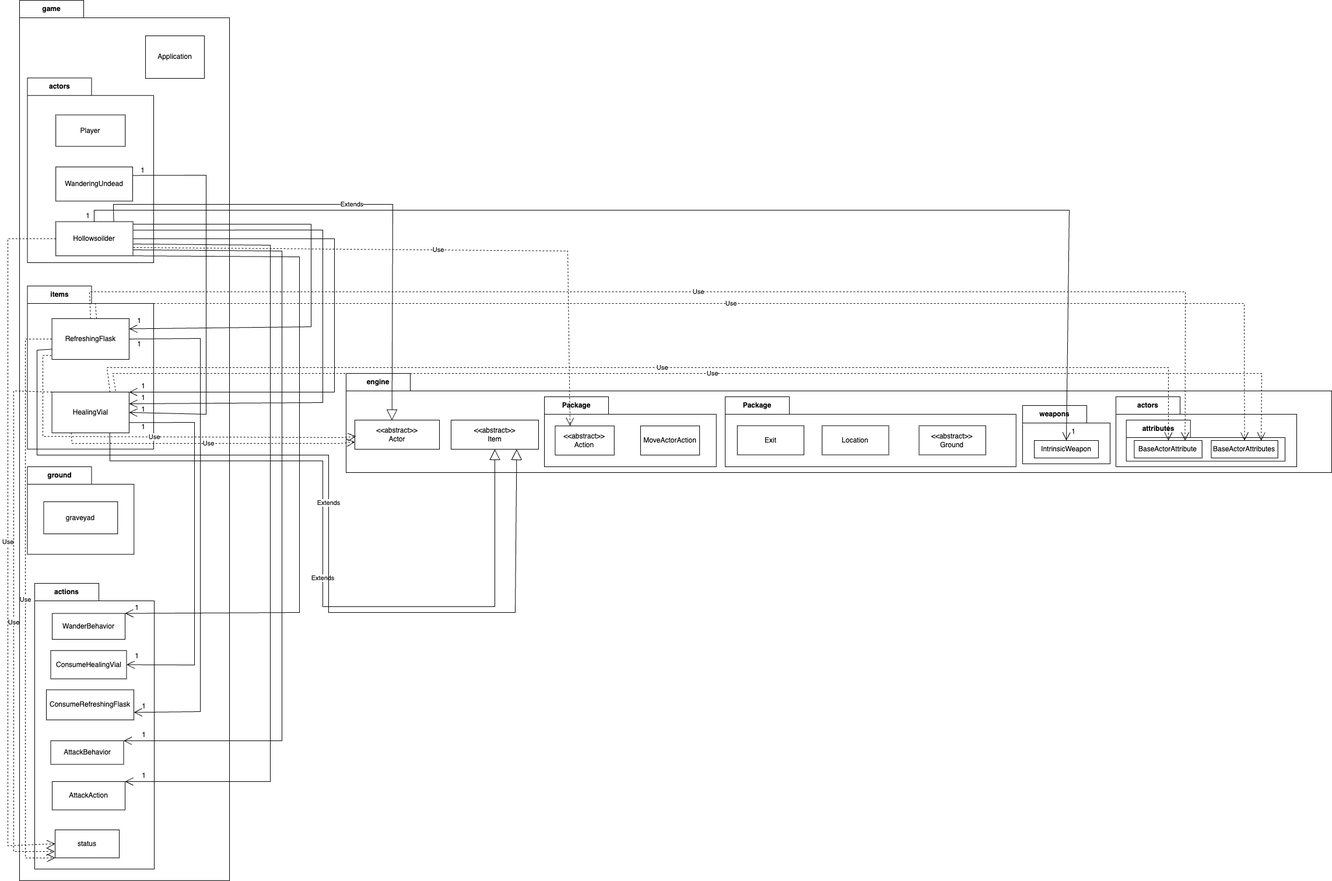
Before: docs/design/A1_REQ5.drawio.png, a diagram exported from draw.io (sheharahewawasam/FIT2099-A1-supplementary). Source tidied: cells renumbered, new cells last; positions are measured from the earlier drawing's top-left corner, leaving out a move shared by most shapes.
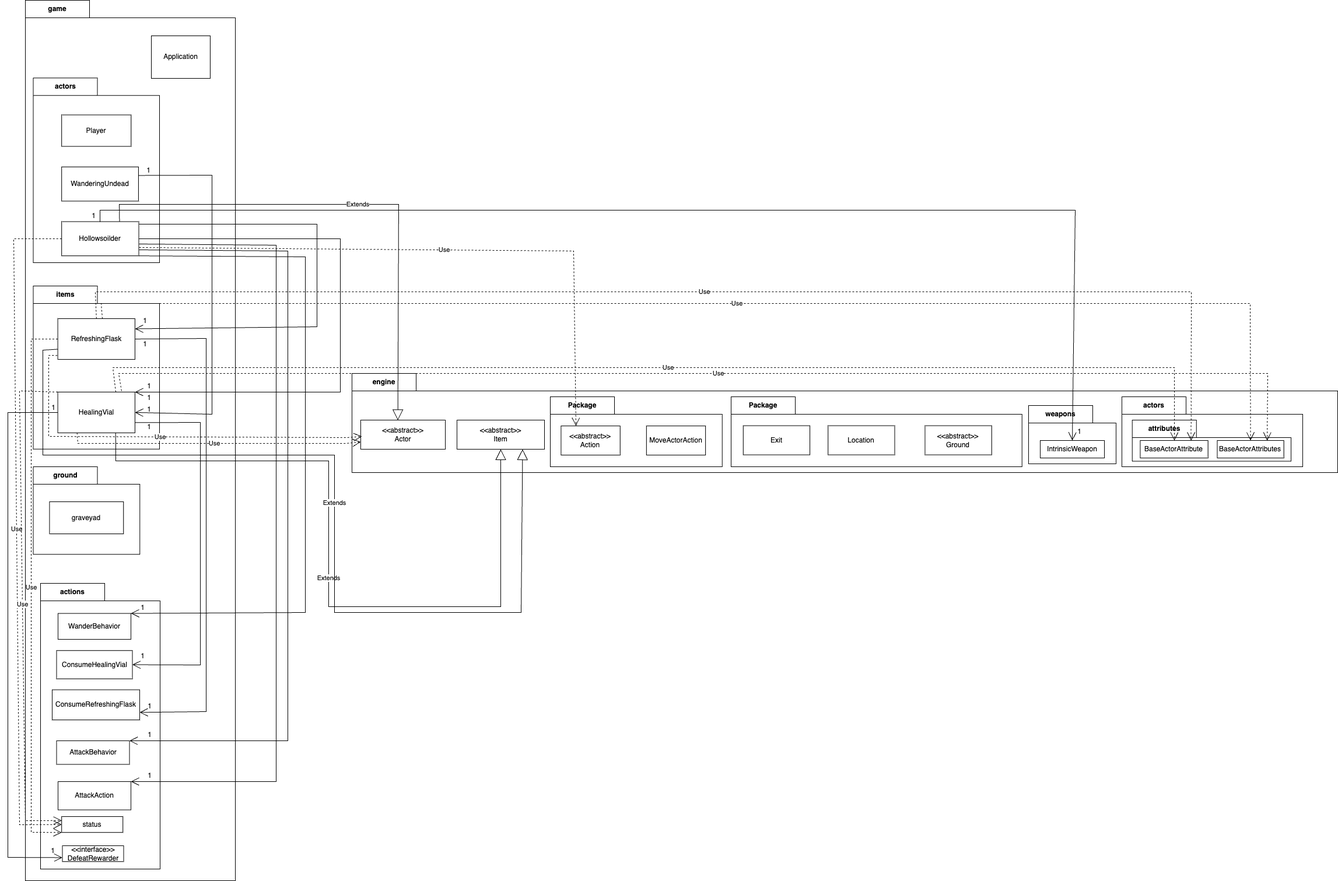
Later version of the same file.

The edit, as a diff of the source:
```diff
@@ -103,7 +103,7 @@
       <mxGeometry x="30" y="340" width="125" height="48.5" as="geometry" />
     </mxCell>
     <mxCell id="32" value="status" style="html=1;whiteSpace=wrap;" parent="25" vertex="1">
-      <mxGeometry x="35" y="422.7" width="110" height="48" as="geometry" />
+      <mxGeometry x="36.2" y="400" width="105" height="27.2" as="geometry" />
     </mxCell>
     <mxCell id="33" value="1" style="text;html=1;strokeColor=none;fillColor=none;align=center;verticalAlign=middle;whiteSpace=wrap;rounded=0;" parent="25" vertex="1">
       <mxGeometry x="157.5" y="31.6" width="35" height="20" as="geometry" />
@@ -120,6 +120,9 @@
     <mxCell id="37" value="1" style="text;html=1;strokeColor=none;fillColor=none;align=center;verticalAlign=middle;whiteSpace=wrap;rounded=0;" parent="25" vertex="1">
       <mxGeometry x="170" y="320" width="35" height="20" as="geometry" />
     </mxCell>
+    <mxCell id="84" value="&amp;lt;&amp;lt;interface&amp;gt;&amp;gt;&lt;br&gt;DefeatRewarder" style="html=1;whiteSpace=wrap;" parent="25" vertex="1">
+      <mxGeometry x="37.5" y="450" width="105" height="27.2" as="geometry" />
+    </mxCell>
     <mxCell id="38" style="endArrow=open;endFill=1;endSize=12;html=1;rounded=0;exitX=1;exitY=1;exitDx=0;exitDy=0;entryX=1;entryY=0;entryDx=0;entryDy=0;" parent="2" edge="1" source="9" target="27">
       <mxGeometry relative="1" as="geometry">
         <Array as="points">
@@ -141,7 +144,7 @@
         <Array as="points">
           <mxPoint x="30" y="409" />
           <mxPoint x="-20" y="409" />
-          <mxPoint x="-20" y="1450" />
+          <mxPoint x="-10" y="1414" />
         </Array>
       </mxGeometry>
     </mxCell>
@@ -165,8 +168,7 @@
       <mxGeometry relative="1" as="geometry">
         <Array as="points">
           <mxPoint x="10" y="581" />
-          <mxPoint x="10" y="1471" />
-          <mxPoint x="40" y="1471" />
+          <mxPoint x="10" y="1427" />
         </Array>
       </mxGeometry>
     </mxCell>
@@ -178,6 +180,22 @@
         </Array>
       </mxGeometry>
     </mxCell>
+    <mxCell id="53" value="Use" style="endArrow=open;endSize=12;dashed=1;html=1;rounded=0;exitX=0;exitY=0;exitDx=0;exitDy=0;entryX=0;entryY=0.25;entryDx=0;entryDy=0;" parent="2" edge="1" source="15" target="32">
+      <mxGeometry relative="1" as="geometry">
+        <Array as="points">
+          <mxPoint x="-10" y="670" />
+          <mxPoint y="1407" />
+        </Array>
+      </mxGeometry>
+    </mxCell>
+    <mxCell id="85" style="endArrow=open;endFill=1;endSize=12;html=1;rounded=0;entryX=0;entryY=0.75;entryDx=0;entryDy=0;exitX=0;exitY=0.5;exitDx=0;exitDy=0;" parent="2" edge="1" source="15" target="84">
+      <mxGeometry relative="1" as="geometry">
+        <Array as="points">
+          <mxPoint x="-30" y="707" />
+          <mxPoint x="-30" y="1470" />
+        </Array>
+      </mxGeometry>
+    </mxCell>
     <mxCell id="45" value="engine" style="shape=folder;fontStyle=1;tabWidth=110;tabHeight=30;tabPosition=left;html=1;boundedLbl=1;labelInHeader=1;whiteSpace=wrap;" parent="1" vertex="1">
       <mxGeometry x="580" y="640" width="1690" height="170" as="geometry" />
     </mxCell>
@@ -200,16 +218,6 @@
         </Array>
       </mxGeometry>
     </mxCell>
-    <mxCell id="48" style="endArrow=open;endFill=1;endSize=12;html=1;rounded=0;entryX=1;entryY=0;entryDx=0;entryDy=0;exitX=1;exitY=0.25;exitDx=0;exitDy=0;" parent="1" edge="1" source="9">
-      <mxGeometry relative="1" as="geometry">
-        <mxPoint x="208" y="692" as="targetPoint" />
-        <Array as="points">
-          <mxPoint x="540" y="394" />
-          <mxPoint x="540" y="540" />
-          <mxPoint x="540" y="690" />
-        </Array>
-      </mxGeometry>
-    </mxCell>
     <mxCell id="49" style="endArrow=open;endFill=1;endSize=12;html=1;rounded=0;entryX=1;entryY=0.25;entryDx=0;entryDy=0;exitX=1;exitY=0.25;exitDx=0;exitDy=0;" parent="1" edge="1" target="14">
       <mxGeometry relative="1" as="geometry">
         <mxPoint x="215" y="384" as="sourcePoint" />
@@ -245,15 +253,6 @@
         </Array>
       </mxGeometry>
     </mxCell>
-    <mxCell id="53" value="Use" style="endArrow=open;endSize=12;dashed=1;html=1;rounded=0;exitX=0;exitY=0;exitDx=0;exitDy=0;" parent="1" edge="1" source="15">
-      <mxGeometry relative="1" as="geometry">
-        <mxPoint x="80" y="1460" as="targetPoint" />
-        <Array as="points">
-          <mxPoint x="10" y="670" />
-          <mxPoint x="10" y="1460" />
-        </Array>
-      </mxGeometry>
-    </mxCell>
     <mxCell id="54" style="html=1;strokeColor=none;fillColor=none;whiteSpace=wrap;" parent="1" vertex="1">
       <mxGeometry x="580" y="670" width="1480" height="119" as="geometry">
         <mxPoint y="30" as="offset" />
@@ -408,5 +407,11 @@
         </Array>
       </mxGeometry>
     </mxCell>
+    <mxCell id="86" value="1" style="text;html=1;strokeColor=none;fillColor=none;align=center;verticalAlign=middle;whiteSpace=wrap;rounded=0;" parent="1" vertex="1">
+      <mxGeometry x="51" y="688.9" width="35" height="20" as="geometry" />
+    </mxCell>
+    <mxCell id="87" value="1" style="text;html=1;strokeColor=none;fillColor=none;align=center;verticalAlign=middle;whiteSpace=wrap;rounded=0;" parent="1" vertex="1">
+      <mxGeometry x="50" y="1448.9" width="35" height="20" as="geometry" />
+    </mxCell>
   </root>
 </mxGraphModel>
```
